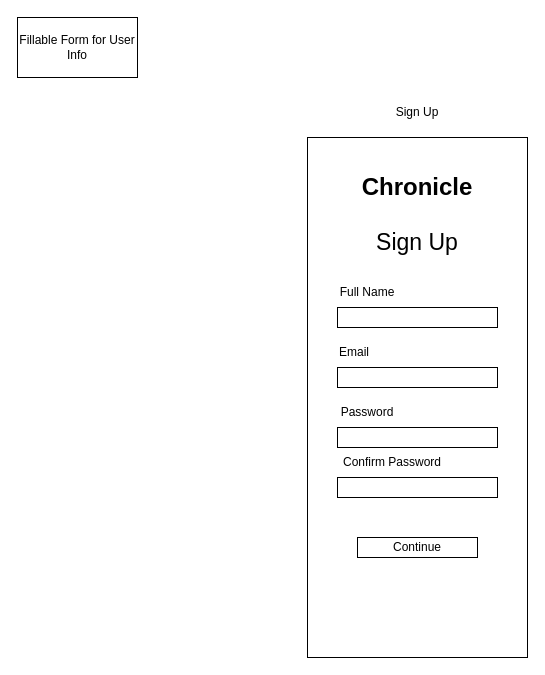
This is page "SignUp" (3 of 14) of Chronicle_Initial_App_Wireframe_Designs.drawio from Vaibhav-G-Parmar/Chronicle-Your-Ultimate-Travel-Companion, a draw.io file, before an edit. Source tidied: cells renumbered, new cells numbered last; positions are measured from the earlier drawing's top-left corner, leaving out a move shared by most shapes. Both pictures are drawn from the tidied source at 100%, with x=0, y=0 at pixel (17, 17).
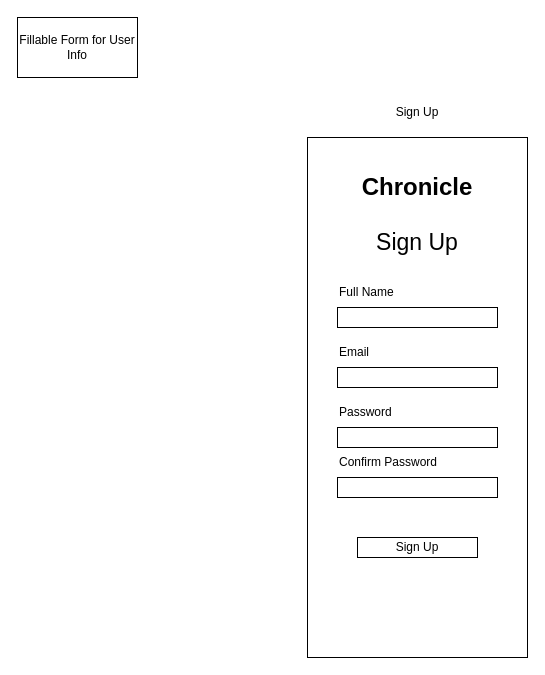
The same diagram, later.

Diff of the diagram source:
```diff
@@
 <mxGraphModel>
   <root>
     <mxCell id="0" />
     <mxCell id="1" parent="0" />
     <mxCell id="2" value="Fillable Form for User Info" style="whiteSpace=wrap;html=1;" parent="1" vertex="1">
       <mxGeometry width="120" height="60" as="geometry" />
     </mxCell>
     <mxCell id="3" style="endArrow=none;html=1;rounded=0;" parent="1" edge="1">
       <mxGeometry relative="1" as="geometry">
         <mxPoint x="490" y="160" as="sourcePoint" />
         <mxPoint x="490" y="160" as="targetPoint" />
       </mxGeometry>
     </mxCell>
     <mxCell id="4" style="rounded=0;whiteSpace=wrap;html=1;" parent="1" vertex="1">
       <mxGeometry x="290" y="120" width="220" height="520" as="geometry" />
     </mxCell>
     <mxCell id="5" value="Sign Up" style="text;html=1;strokeColor=none;fillColor=none;align=center;verticalAlign=middle;whiteSpace=wrap;rounded=0;" parent="1" vertex="1">
       <mxGeometry x="370" y="80" width="60" height="30" as="geometry" />
     </mxCell>
     <mxCell id="6" style="rounded=0;whiteSpace=wrap;html=1;" parent="1" vertex="1">
       <mxGeometry x="320" y="350" width="160" height="20" as="geometry" />
     </mxCell>
     <mxCell id="7" style="rounded=0;whiteSpace=wrap;html=1;" parent="1" vertex="1">
       <mxGeometry x="320" y="410" width="160" height="20" as="geometry" />
     </mxCell>
     <mxCell id="8" value="Email" style="text;html=1;strokeColor=none;fillColor=none;align=left;verticalAlign=middle;whiteSpace=wrap;rounded=0;" parent="1" vertex="1">
       <mxGeometry x="320" y="320" width="60" height="30" as="geometry" />
     </mxCell>
-    <mxCell id="9" value="Password" style="text;html=1;strokeColor=none;fillColor=none;align=center;verticalAlign=middle;whiteSpace=wrap;rounded=0;" parent="1" vertex="1">
+    <mxCell id="9" value="Password" style="text;html=1;strokeColor=none;fillColor=none;align=left;verticalAlign=middle;whiteSpace=wrap;rounded=0;" parent="1" vertex="1">
       <mxGeometry x="320" y="380" width="60" height="30" as="geometry" />
     </mxCell>
     <mxCell id="10" value="&lt;font style=&quot;font-size: 23px;&quot;&gt;Sign Up&lt;/font&gt;" style="text;html=1;strokeColor=none;fillColor=none;align=center;verticalAlign=middle;whiteSpace=wrap;rounded=0;" parent="1" vertex="1">
       <mxGeometry x="355" y="210" width="90" height="30" as="geometry" />
     </mxCell>
-    <mxCell id="11" value="Continue" style="rounded=0;whiteSpace=wrap;html=1;" parent="1" vertex="1">
+    <mxCell id="11" value="Sign Up" style="rounded=0;whiteSpace=wrap;html=1;" parent="1" vertex="1">
       <mxGeometry x="340" y="520" width="120" height="20" as="geometry" />
     </mxCell>
     <mxCell id="12" style="rounded=0;whiteSpace=wrap;html=1;" parent="1" vertex="1">
       <mxGeometry x="320" y="460" width="160" height="20" as="geometry" />
     </mxCell>
-    <mxCell id="13" value="Confirm Password" style="text;html=1;strokeColor=none;fillColor=none;align=center;verticalAlign=middle;whiteSpace=wrap;rounded=0;" parent="1" vertex="1">
+    <mxCell id="13" value="Confirm Password" style="text;html=1;strokeColor=none;fillColor=none;align=left;verticalAlign=middle;whiteSpace=wrap;rounded=0;" parent="1" vertex="1">
       <mxGeometry x="320" y="430" width="110" height="30" as="geometry" />
     </mxCell>
     <mxCell id="14" style="rounded=0;whiteSpace=wrap;html=1;" parent="1" vertex="1">
       <mxGeometry x="320" y="290" width="160" height="20" as="geometry" />
     </mxCell>
-    <mxCell id="15" value="Full Name" style="text;html=1;strokeColor=none;fillColor=none;align=center;verticalAlign=middle;whiteSpace=wrap;rounded=0;" parent="1" vertex="1">
+    <mxCell id="15" value="Full Name" style="text;html=1;strokeColor=none;fillColor=none;align=left;verticalAlign=middle;whiteSpace=wrap;rounded=0;" parent="1" vertex="1">
       <mxGeometry x="320" y="260" width="60" height="30" as="geometry" />
     </mxCell>
     <mxCell id="16" value="&lt;h1&gt;Chronicle&lt;/h1&gt;&lt;p&gt;&lt;br&gt;&lt;/p&gt;" style="text;html=1;strokeColor=none;fillColor=none;spacing=5;spacingTop=-20;whiteSpace=wrap;overflow=hidden;rounded=0;align=center;" parent="1" vertex="1">
       <mxGeometry x="335" y="150" width="130" height="40" as="geometry" />
     </mxCell>
   </root>
 </mxGraphModel>
```
